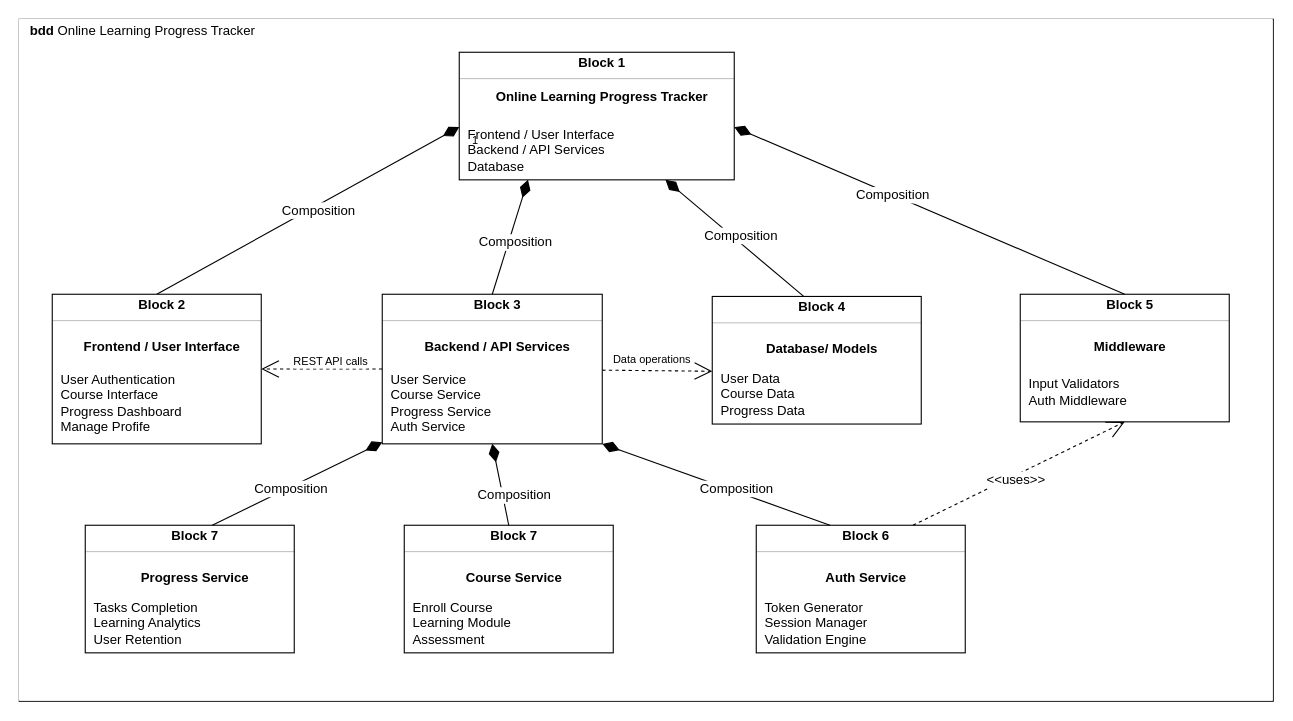
Earlier version of the draw.io diagram page "Block-Definition" (3 of 3) of Untitled Diagram.drawio (rai-12300063/Team77-BookSAN). Source tidied: cells renumbered, new cells numbered last; positions are measured from the earlier drawing's top-left corner, leaving out a move shared by most shapes. Both pictures are drawn from the tidied source at 110%, with x=0, y=0 at pixel (19, 19).
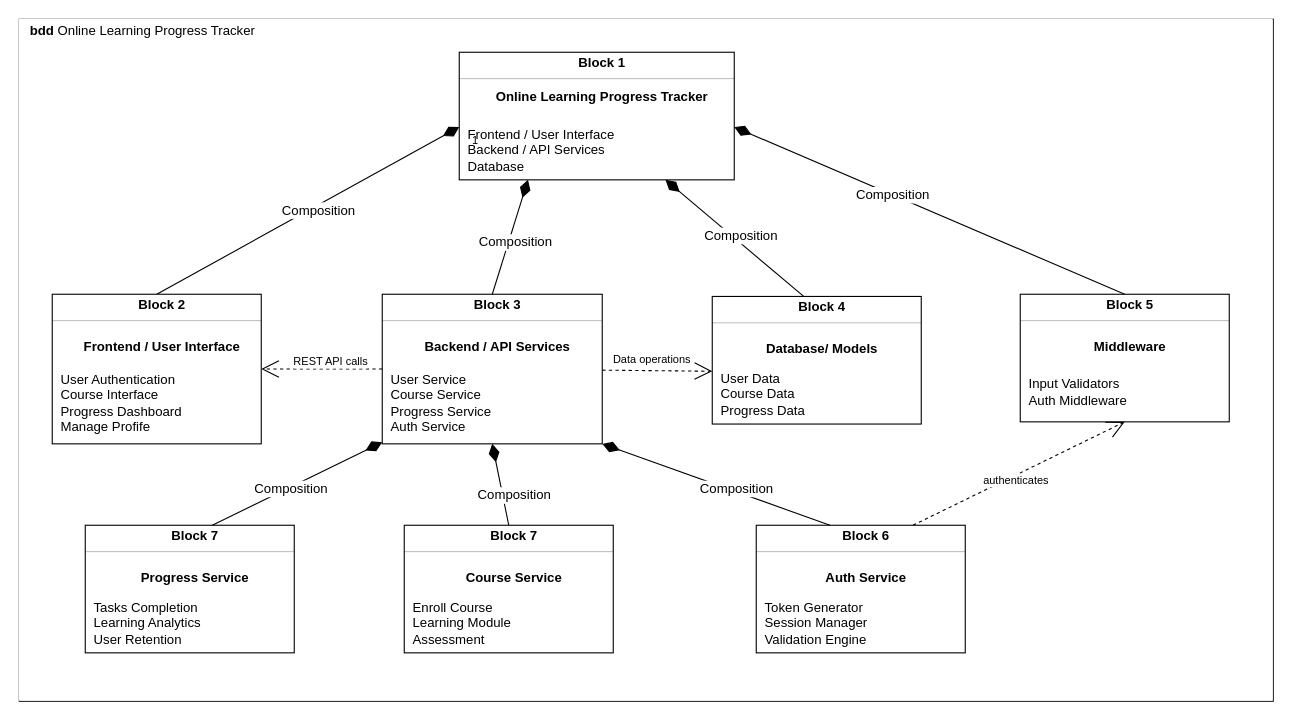
Above is the later version.

The change refers to these unchanged cells:
```xml
<mxCell id="71" style="edgeStyle=none;shape=connector;rounded=0;jettySize=auto;html=1;exitX=0.75;exitY=0;exitDx=0;exitDy=0;entryX=0.5;entryY=1;entryDx=0;entryDy=0;dashed=1;strokeColor=default;align=center;verticalAlign=middle;fontFamily=Helvetica;fontSize=12;fontColor=default;labelBackgroundColor=default;startFill=0;endArrow=open;endFill=0;endSize=14;" parent="1" edge="1" source="39" target="37">
  <mxGeometry relative="1" as="geometry" />
</mxCell>
```

Diff of the diagram source:
```diff
@@
-    <mxCell id="72" value="&amp;lt;&amp;lt;uses&amp;gt;&amp;gt;" style="edgeLabel;html=1;align=center;verticalAlign=middle;strokeColor=default;spacingLeft=10;fontFamily=Helvetica;fontSize=12;fontColor=default;labelBackgroundColor=default;fillColor=default;" parent="71" vertex="1">
+    <mxCell id="72" value="authenticates" style="edgeLabel;html=1;align=center;verticalAlign=middle;strokeColor=default;spacingLeft=10;fontFamily=Helvetica;fontSize=10;fontColor=default;labelBackgroundColor=default;fillColor=default;" parent="71" vertex="1">
       <mxGeometry x="-0.1" y="-1" relative="1" as="geometry">
         <mxPoint x="1" as="offset" />
       </mxGeometry>
     </mxCell>
```
